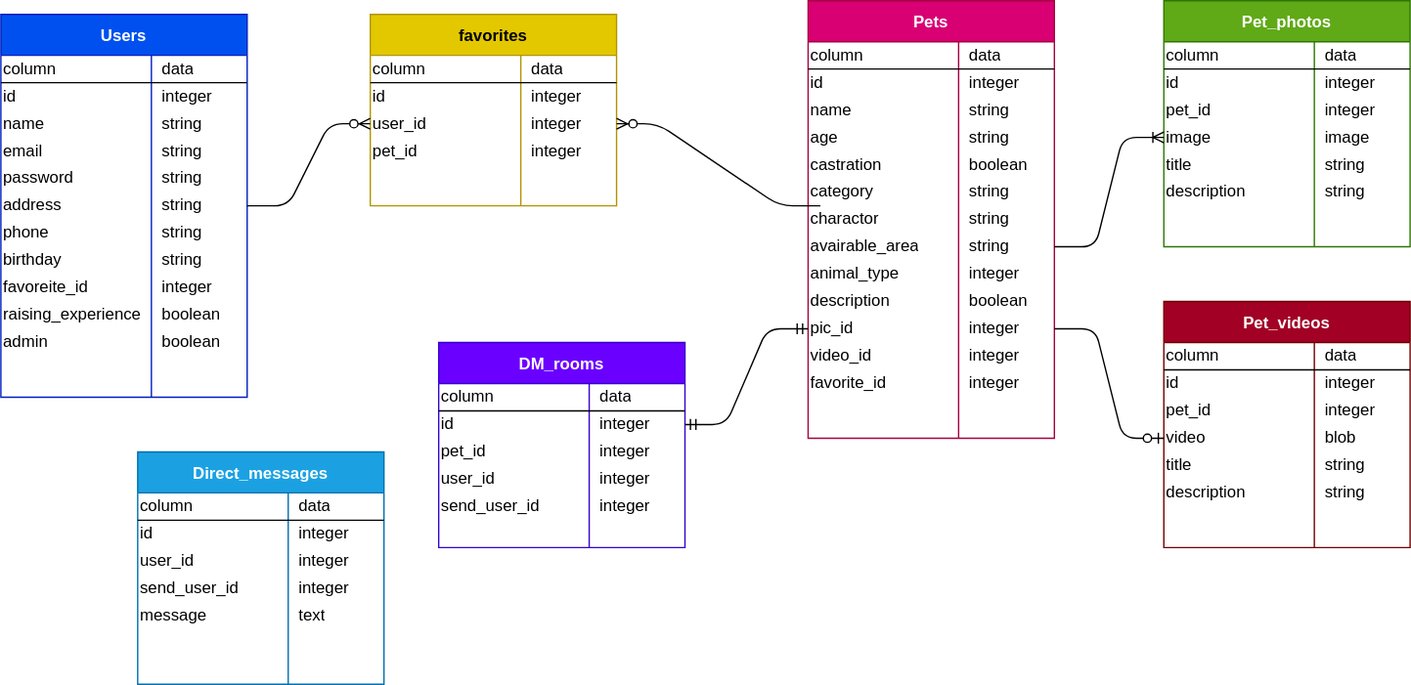
Above: rubyemon.drawio.svg in yosnak13/rubyemon_entity_relationship_diagram (draw.io), before the change. Source tidied: cells renumbered, new cells last; positions are measured from the earlier drawing's top-left corner, leaving out a move shared by most shapes.
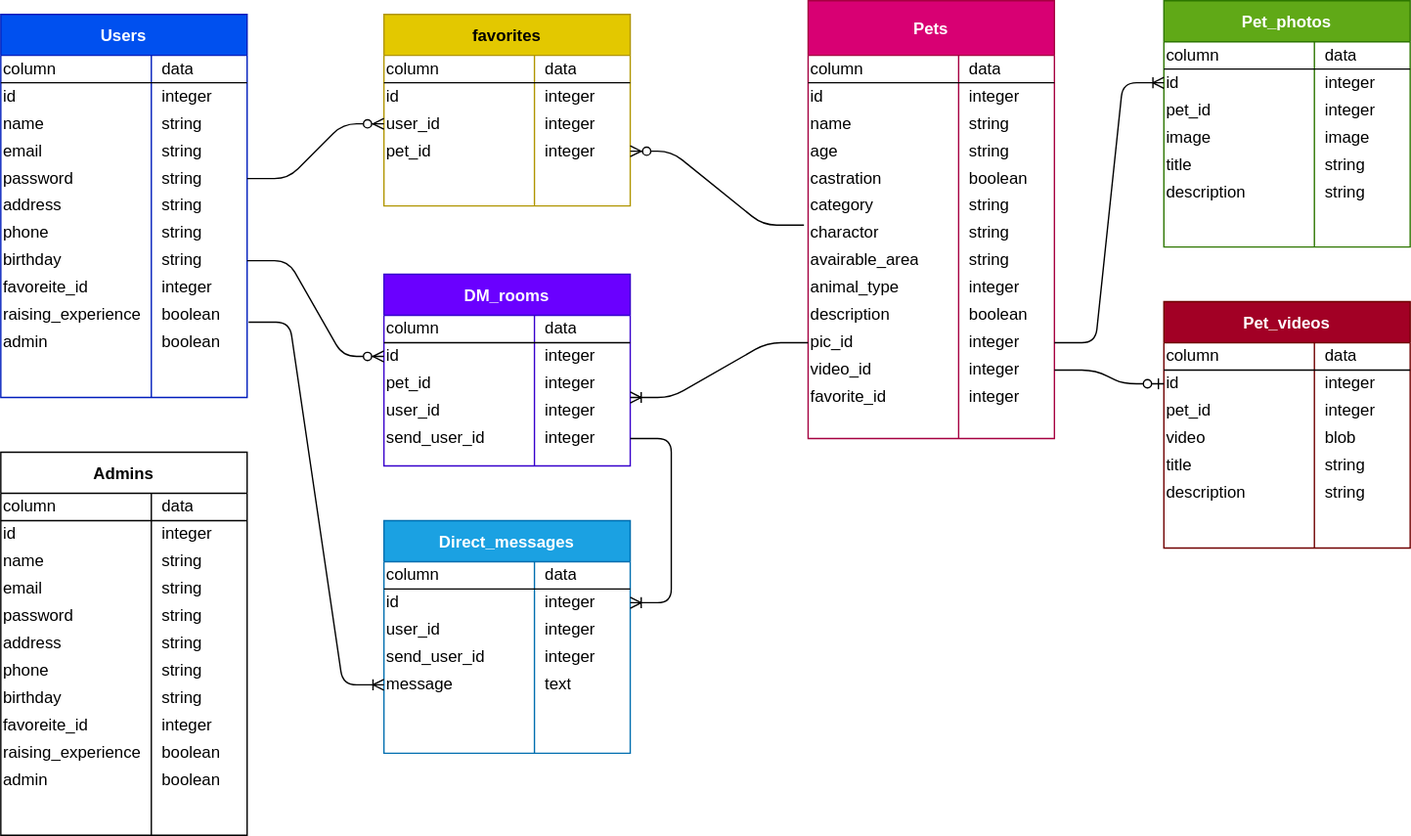
After the commit.

The edit, as a diff of the source:
```diff
@@ -106,3 +106,3 @@
     </mxCell>
-    <mxCell id="36" value="Pets" style="shape=table;startSize=30;rowLines=0;fontStyle=1;align=center;labelBorderColor=none;labelBackgroundColor=none;fillColor=#d80073;strokeColor=#A50040;fontColor=#ffffff;shadow=0;" parent="1" vertex="1">
+    <mxCell id="36" value="Pets" style="shape=table;startSize=40;rowLines=0;fontStyle=1;align=center;labelBorderColor=none;labelBackgroundColor=none;fillColor=#d80073;strokeColor=#A50040;fontColor=#ffffff;shadow=0;" parent="1" vertex="1">
       <mxGeometry x="590" width="180" height="320" as="geometry" />
@@ -110,3 +110,3 @@
     <mxCell id="37" style="shape=partialRectangle;html=1;whiteSpace=wrap;fillColor=none;top=0;left=0;bottom=1;right=0;" parent="36" vertex="1">
-      <mxGeometry y="30" width="180" height="20" as="geometry" />
+      <mxGeometry y="40" width="180" height="20" as="geometry" />
     </mxCell>
@@ -119,3 +119,3 @@
     <mxCell id="40" style="shape=partialRectangle;html=1;whiteSpace=wrap;fillColor=none;top=0;left=0;bottom=0;right=0;" parent="36" vertex="1">
-      <mxGeometry y="50" width="180" height="20" as="geometry" />
+      <mxGeometry y="60" width="180" height="20" as="geometry" />
     </mxCell>
@@ -128,3 +128,3 @@
     <mxCell id="43" style="shape=partialRectangle;html=1;whiteSpace=wrap;fillColor=none;top=0;left=0;bottom=0;right=0;" parent="36" vertex="1">
-      <mxGeometry y="70" width="180" height="20" as="geometry" />
+      <mxGeometry y="80" width="180" height="20" as="geometry" />
     </mxCell>
@@ -137,3 +137,3 @@
     <mxCell id="46" style="shape=partialRectangle;html=1;whiteSpace=wrap;fillColor=none;top=0;left=0;bottom=0;right=0;" parent="36" vertex="1">
-      <mxGeometry y="90" width="180" height="20" as="geometry" />
+      <mxGeometry y="100" width="180" height="20" as="geometry" />
     </mxCell>
@@ -146,3 +146,3 @@
     <mxCell id="49" style="shape=partialRectangle;html=1;whiteSpace=wrap;fillColor=none;top=0;left=0;bottom=0;right=0;" parent="36" vertex="1">
-      <mxGeometry y="110" width="180" height="20" as="geometry" />
+      <mxGeometry y="120" width="180" height="20" as="geometry" />
     </mxCell>
@@ -155,3 +155,3 @@
     <mxCell id="52" style="shape=partialRectangle;html=1;whiteSpace=wrap;fillColor=none;top=0;left=0;bottom=0;right=0;points=[[0,0.5],[1,0.5]];portConstraint=eastwest;" parent="36" vertex="1">
-      <mxGeometry y="130" width="180" height="20" as="geometry" />
+      <mxGeometry y="140" width="180" height="20" as="geometry" />
     </mxCell>
@@ -164,3 +164,3 @@
     <mxCell id="55" style="shape=partialRectangle;html=1;whiteSpace=wrap;fillColor=none;top=0;left=0;bottom=0;right=0;points=[[0,0.5],[1,0.5]];portConstraint=eastwest;" parent="36" vertex="1">
-      <mxGeometry y="150" width="180" height="20" as="geometry" />
+      <mxGeometry y="160" width="180" height="20" as="geometry" />
     </mxCell>
@@ -173,3 +173,3 @@
     <mxCell id="58" style="shape=partialRectangle;html=1;whiteSpace=wrap;fillColor=none;top=0;left=0;bottom=0;right=0;points=[[0,0.5],[1,0.5]];portConstraint=eastwest;" parent="36" vertex="1">
-      <mxGeometry y="170" width="180" height="20" as="geometry" />
+      <mxGeometry y="180" width="180" height="20" as="geometry" />
     </mxCell>
@@ -182,3 +182,3 @@
     <mxCell id="61" style="shape=partialRectangle;html=1;whiteSpace=wrap;fillColor=none;top=0;left=0;bottom=0;right=0;" parent="36" vertex="1">
-      <mxGeometry y="190" width="180" height="20" as="geometry" />
+      <mxGeometry y="200" width="180" height="20" as="geometry" />
     </mxCell>
@@ -191,3 +191,3 @@
     <mxCell id="64" style="shape=partialRectangle;html=1;whiteSpace=wrap;fillColor=none;top=0;left=0;bottom=0;right=0;" parent="36" vertex="1">
-      <mxGeometry y="210" width="180" height="20" as="geometry" />
+      <mxGeometry y="220" width="180" height="20" as="geometry" />
     </mxCell>
@@ -200,3 +200,3 @@
     <mxCell id="67" style="shape=partialRectangle;html=1;whiteSpace=wrap;fillColor=none;top=0;left=0;bottom=0;right=0;points=[[0,0.5],[1,0.5]];portConstraint=eastwest;" parent="36" vertex="1">
-      <mxGeometry y="230" width="180" height="20" as="geometry" />
+      <mxGeometry y="240" width="180" height="20" as="geometry" />
     </mxCell>
@@ -209,3 +209,3 @@
     <mxCell id="70" style="shape=partialRectangle;html=1;whiteSpace=wrap;fillColor=none;top=0;left=0;bottom=0;right=0;points=[[0,0.5],[1,0.5]];portConstraint=eastwest;" parent="36" vertex="1">
-      <mxGeometry y="250" width="180" height="20" as="geometry" />
+      <mxGeometry y="260" width="180" height="20" as="geometry" />
     </mxCell>
@@ -218,3 +218,3 @@
     <mxCell id="73" style="shape=partialRectangle;html=1;whiteSpace=wrap;fillColor=none;top=0;left=0;bottom=0;right=0;" parent="36" vertex="1">
-      <mxGeometry y="270" width="180" height="20" as="geometry" />
+      <mxGeometry y="280" width="180" height="20" as="geometry" />
     </mxCell>
@@ -227,3 +227,3 @@
     <mxCell id="76" value="favorites" style="shape=table;startSize=30;rowLines=0;fontStyle=1;align=center;labelBorderColor=none;labelBackgroundColor=none;fillColor=#e3c800;strokeColor=#B09500;fontColor=#000000;" parent="1" vertex="1">
-      <mxGeometry x="270" y="10" width="180" height="140" as="geometry" />
+      <mxGeometry x="280" y="10" width="180" height="140" as="geometry" />
     </mxCell>
@@ -265,6 +265,6 @@
     </mxCell>
-    <mxCell id="89" style="edgeStyle=entityRelationEdgeStyle;fontSize=12;html=1;endArrow=ERzeroToMany;endFill=1;exitX=1;exitY=0.5;exitDx=0;exitDy=0;entryX=0;entryY=0.5;entryDx=0;entryDy=0;" parent="1" edge="1" source="18" target="83">
+    <mxCell id="89" style="edgeStyle=entityRelationEdgeStyle;fontSize=12;html=1;endArrow=ERzeroToMany;endFill=1;entryX=0;entryY=0.5;entryDx=0;entryDy=0;" parent="1" edge="1" source="15" target="83">
       <mxGeometry relative="1" as="geometry" />
     </mxCell>
-    <mxCell id="90" style="edgeStyle=entityRelationEdgeStyle;fontSize=12;html=1;endArrow=ERzeroToMany;endFill=1;entryX=1;entryY=0.5;entryDx=0;entryDy=0;exitX=0.05;exitY=1;exitDx=0;exitDy=0;exitPerimeter=0;" parent="1" edge="1" source="52" target="83">
+    <mxCell id="90" style="edgeStyle=entityRelationEdgeStyle;fontSize=12;html=1;endArrow=ERzeroToMany;endFill=1;entryX=1;entryY=0.5;entryDx=0;entryDy=0;exitX=-0.017;exitY=0.2;exitDx=0;exitDy=0;exitPerimeter=0;" parent="1" edge="1" source="55" target="86">
       <mxGeometry relative="1" as="geometry" />
@@ -328,3 +328,3 @@
     </mxCell>
-    <mxCell id="110" style="edgeStyle=entityRelationEdgeStyle;fontSize=12;html=1;endArrow=ERoneToMany;exitX=1;exitY=0.5;exitDx=0;exitDy=0;entryX=0;entryY=0.5;entryDx=0;entryDy=0;" parent="1" edge="1" source="58" target="101">
+    <mxCell id="110" style="edgeStyle=entityRelationEdgeStyle;fontSize=12;html=1;endArrow=ERoneToMany;entryX=0;entryY=0.5;entryDx=0;entryDy=0;" parent="1" edge="1" source="67" target="95">
       <mxGeometry relative="1" as="geometry" />
@@ -388,3 +388,3 @@
     </mxCell>
-    <mxCell id="130" style="edgeStyle=entityRelationEdgeStyle;fontSize=12;html=1;endArrow=ERzeroToOne;endFill=1;" parent="1" edge="1" source="67" target="121">
+    <mxCell id="130" style="edgeStyle=entityRelationEdgeStyle;fontSize=12;html=1;endArrow=ERzeroToOne;endFill=1;entryX=0;entryY=0.5;entryDx=0;entryDy=0;" parent="1" edge="1" source="70" target="115">
       <mxGeometry relative="1" as="geometry" />
@@ -392,3 +392,3 @@
     <mxCell id="131" value="Direct_messages" style="shape=table;startSize=30;rowLines=0;fontStyle=1;align=center;labelBorderColor=none;labelBackgroundColor=none;fillColor=#1ba1e2;strokeColor=#006EAF;fontColor=#ffffff;" parent="1" vertex="1">
-      <mxGeometry x="100" y="330" width="180" height="170" as="geometry" />
+      <mxGeometry x="280" y="380" width="180" height="170" as="geometry" />
     </mxCell>
@@ -449,3 +449,3 @@
     <mxCell id="150" value="DM_rooms" style="shape=table;startSize=30;rowLines=0;fontStyle=1;align=center;labelBorderColor=none;labelBackgroundColor=none;fillColor=#6a00ff;strokeColor=#3700CC;fontColor=#ffffff;" parent="1" vertex="1">
-      <mxGeometry x="320" y="250" width="180" height="150" as="geometry" />
+      <mxGeometry x="280" y="200" width="180" height="140" as="geometry" />
     </mxCell>
@@ -496,5 +496,116 @@
     </mxCell>
-    <mxCell id="166" style="edgeStyle=entityRelationEdgeStyle;fontSize=12;html=1;endArrow=ERmandOne;startArrow=ERmandOne;entryX=0;entryY=0.5;entryDx=0;entryDy=0;exitX=1;exitY=0.5;exitDx=0;exitDy=0;" parent="1" edge="1" source="154" target="67">
-      <mxGeometry relative="1" as="geometry" />
-    </mxCell>
+    <mxCell id="167" style="edgeStyle=entityRelationEdgeStyle;fontSize=12;html=1;endArrow=ERzeroToMany;endFill=1;entryX=0;entryY=0.5;entryDx=0;entryDy=0;entryPerimeter=0;exitX=1;exitY=0.5;exitDx=0;exitDy=0;" parent="1" edge="1" source="24" target="154">
+      <mxGeometry relative="1" as="geometry" />
+    </mxCell>
+    <mxCell id="168" style="edgeStyle=entityRelationEdgeStyle;fontSize=12;html=1;endArrow=ERoneToMany;entryX=1;entryY=0;entryDx=0;entryDy=0;entryPerimeter=0;" parent="1" edge="1" source="67" target="160">
+      <mxGeometry relative="1" as="geometry" />
+    </mxCell>
+    <mxCell id="169" style="edgeStyle=entityRelationEdgeStyle;fontSize=12;html=1;endArrow=ERoneToMany;exitX=1;exitY=0.5;exitDx=0;exitDy=0;" parent="1" edge="1" source="163" target="135">
+      <mxGeometry relative="1" as="geometry" />
+    </mxCell>
+    <mxCell id="170" style="edgeStyle=entityRelationEdgeStyle;fontSize=12;html=1;endArrow=ERoneToMany;exitX=1.006;exitY=-0.25;exitDx=0;exitDy=0;exitPerimeter=0;" parent="1" edge="1" source="33" target="144">
+      <mxGeometry relative="1" as="geometry" />
+    </mxCell>
+    <mxCell id="171" value="Admins" style="shape=table;startSize=30;rowLines=0;fontStyle=1;align=center;labelBorderColor=none;labelBackgroundColor=none;" parent="1" vertex="1">
+      <mxGeometry y="330" width="180" height="280" as="geometry" />
+    </mxCell>
+    <mxCell id="172" style="shape=partialRectangle;html=1;whiteSpace=wrap;fillColor=none;top=0;left=0;bottom=1;right=0;" parent="171" vertex="1">
+      <mxGeometry y="30" width="180" height="20" as="geometry" />
+    </mxCell>
+    <mxCell id="173" value="column" style="shape=partialRectangle;html=1;whiteSpace=wrap;fillColor=none;top=0;left=0;bottom=0;right=0;overflow=hidden;align=left;" parent="172" vertex="1">
+      <mxGeometry width="110" height="20" as="geometry" />
+    </mxCell>
+    <mxCell id="174" value="data" style="shape=partialRectangle;html=1;whiteSpace=wrap;fillColor=none;top=0;left=0;bottom=0;right=0;align=left;spacingLeft=6;overflow=hidden;" parent="172" vertex="1">
+      <mxGeometry x="110" width="70" height="20" as="geometry" />
+    </mxCell>
+    <mxCell id="175" style="shape=partialRectangle;html=1;whiteSpace=wrap;fillColor=none;top=0;left=0;bottom=0;right=0;" parent="171" vertex="1">
+      <mxGeometry y="50" width="180" height="20" as="geometry" />
+    </mxCell>
+    <mxCell id="176" value="id" style="shape=partialRectangle;html=1;whiteSpace=wrap;fillColor=none;top=0;left=0;bottom=0;right=0;overflow=hidden;align=left;" parent="175" vertex="1">
+      <mxGeometry width="110" height="20" as="geometry" />
+    </mxCell>
+    <mxCell id="177" value="integer" style="shape=partialRectangle;html=1;whiteSpace=wrap;fillColor=none;top=0;left=0;bottom=0;right=0;align=left;spacingLeft=6;overflow=hidden;" parent="175" vertex="1">
+      <mxGeometry x="110" width="70" height="20" as="geometry" />
+    </mxCell>
+    <mxCell id="178" style="shape=partialRectangle;html=1;whiteSpace=wrap;fillColor=none;top=0;left=0;bottom=0;right=0;" parent="171" vertex="1">
+      <mxGeometry y="70" width="180" height="20" as="geometry" />
+    </mxCell>
+    <mxCell id="179" value="name" style="shape=partialRectangle;html=1;whiteSpace=wrap;fillColor=none;top=0;left=0;bottom=0;right=0;overflow=hidden;align=left;" parent="178" vertex="1">
+      <mxGeometry width="110" height="20" as="geometry" />
+    </mxCell>
+    <mxCell id="180" value="string" style="shape=partialRectangle;html=1;whiteSpace=wrap;fillColor=none;top=0;left=0;bottom=0;right=0;align=left;spacingLeft=6;overflow=hidden;" parent="178" vertex="1">
+      <mxGeometry x="110" width="70" height="20" as="geometry" />
+    </mxCell>
+    <mxCell id="181" style="shape=partialRectangle;html=1;whiteSpace=wrap;fillColor=none;top=0;left=0;bottom=0;right=0;" parent="171" vertex="1">
+      <mxGeometry y="90" width="180" height="20" as="geometry" />
+    </mxCell>
+    <mxCell id="182" value="email" style="shape=partialRectangle;html=1;whiteSpace=wrap;fillColor=none;top=0;left=0;bottom=0;right=0;overflow=hidden;align=left;" parent="181" vertex="1">
+      <mxGeometry width="110" height="20" as="geometry" />
+    </mxCell>
+    <mxCell id="183" value="string" style="shape=partialRectangle;html=1;whiteSpace=wrap;fillColor=none;top=0;left=0;bottom=0;right=0;align=left;spacingLeft=6;overflow=hidden;" parent="181" vertex="1">
+      <mxGeometry x="110" width="70" height="20" as="geometry" />
+    </mxCell>
+    <mxCell id="184" style="shape=partialRectangle;html=1;whiteSpace=wrap;fillColor=none;top=0;left=0;bottom=0;right=0;" parent="171" vertex="1">
+      <mxGeometry y="110" width="180" height="20" as="geometry" />
+    </mxCell>
+    <mxCell id="185" value="password" style="shape=partialRectangle;html=1;whiteSpace=wrap;fillColor=none;top=0;left=0;bottom=0;right=0;overflow=hidden;align=left;" parent="184" vertex="1">
+      <mxGeometry width="110" height="20" as="geometry" />
+    </mxCell>
+    <mxCell id="186" value="string" style="shape=partialRectangle;html=1;whiteSpace=wrap;fillColor=none;top=0;left=0;bottom=0;right=0;align=left;spacingLeft=6;overflow=hidden;" parent="184" vertex="1">
+      <mxGeometry x="110" width="70" height="20" as="geometry" />
+    </mxCell>
+    <mxCell id="187" style="shape=partialRectangle;html=1;whiteSpace=wrap;fillColor=none;top=0;left=0;bottom=0;right=0;" parent="171" vertex="1">
+      <mxGeometry y="130" width="180" height="20" as="geometry" />
+    </mxCell>
+    <mxCell id="188" value="address" style="shape=partialRectangle;html=1;whiteSpace=wrap;fillColor=none;top=0;left=0;bottom=0;right=0;overflow=hidden;align=left;" parent="187" vertex="1">
+      <mxGeometry width="110" height="20" as="geometry" />
+    </mxCell>
+    <mxCell id="189" value="string" style="shape=partialRectangle;html=1;whiteSpace=wrap;fillColor=none;top=0;left=0;bottom=0;right=0;align=left;spacingLeft=6;overflow=hidden;" parent="187" vertex="1">
+      <mxGeometry x="110" width="70" height="20" as="geometry" />
+    </mxCell>
+    <mxCell id="190" style="shape=partialRectangle;html=1;whiteSpace=wrap;fillColor=none;top=0;left=0;bottom=0;right=0;" parent="171" vertex="1">
+      <mxGeometry y="150" width="180" height="20" as="geometry" />
+    </mxCell>
+    <mxCell id="191" value="phone" style="shape=partialRectangle;html=1;whiteSpace=wrap;fillColor=none;top=0;left=0;bottom=0;right=0;overflow=hidden;align=left;" parent="190" vertex="1">
+      <mxGeometry width="110" height="20" as="geometry" />
+    </mxCell>
+    <mxCell id="192" value="string" style="shape=partialRectangle;html=1;whiteSpace=wrap;fillColor=none;top=0;left=0;bottom=0;right=0;align=left;spacingLeft=6;overflow=hidden;" parent="190" vertex="1">
+      <mxGeometry x="110" width="70" height="20" as="geometry" />
+    </mxCell>
+    <mxCell id="193" style="shape=partialRectangle;html=1;whiteSpace=wrap;fillColor=none;top=0;left=0;bottom=0;right=0;" parent="171" vertex="1">
+      <mxGeometry y="170" width="180" height="20" as="geometry" />
+    </mxCell>
+    <mxCell id="194" value="birthday" style="shape=partialRectangle;html=1;whiteSpace=wrap;fillColor=none;top=0;left=0;bottom=0;right=0;overflow=hidden;align=left;" parent="193" vertex="1">
+      <mxGeometry width="110" height="20" as="geometry" />
+    </mxCell>
+    <mxCell id="195" value="string" style="shape=partialRectangle;html=1;whiteSpace=wrap;fillColor=none;top=0;left=0;bottom=0;right=0;align=left;spacingLeft=6;overflow=hidden;" parent="193" vertex="1">
+      <mxGeometry x="110" width="70" height="20" as="geometry" />
+    </mxCell>
+    <mxCell id="196" style="shape=partialRectangle;html=1;whiteSpace=wrap;fillColor=none;top=0;left=0;bottom=0;right=0;" parent="171" vertex="1">
+      <mxGeometry y="190" width="180" height="20" as="geometry" />
+    </mxCell>
+    <mxCell id="197" value="favoreite_id" style="shape=partialRectangle;html=1;whiteSpace=wrap;fillColor=none;top=0;left=0;bottom=0;right=0;overflow=hidden;align=left;" parent="196" vertex="1">
+      <mxGeometry width="110" height="20" as="geometry" />
+    </mxCell>
+    <mxCell id="198" value="integer" style="shape=partialRectangle;html=1;whiteSpace=wrap;fillColor=none;top=0;left=0;bottom=0;right=0;align=left;spacingLeft=6;overflow=hidden;" parent="196" vertex="1">
+      <mxGeometry x="110" width="70" height="20" as="geometry" />
+    </mxCell>
+    <mxCell id="199" style="shape=partialRectangle;html=1;whiteSpace=wrap;fillColor=none;top=0;left=0;bottom=0;right=0;" parent="171" vertex="1">
+      <mxGeometry y="210" width="180" height="20" as="geometry" />
+    </mxCell>
+    <mxCell id="200" value="raising_experience" style="shape=partialRectangle;html=1;whiteSpace=wrap;fillColor=none;top=0;left=0;bottom=0;right=0;overflow=hidden;align=left;" parent="199" vertex="1">
+      <mxGeometry width="110" height="20" as="geometry" />
+    </mxCell>
+    <mxCell id="201" value="boolean" style="shape=partialRectangle;html=1;whiteSpace=wrap;fillColor=none;top=0;left=0;bottom=0;right=0;align=left;spacingLeft=6;overflow=hidden;" parent="199" vertex="1">
+      <mxGeometry x="110" width="70" height="20" as="geometry" />
+    </mxCell>
+    <mxCell id="202" style="shape=partialRectangle;html=1;whiteSpace=wrap;fillColor=none;top=0;left=0;bottom=0;right=0;" parent="171" vertex="1">
+      <mxGeometry y="230" width="180" height="20" as="geometry" />
+    </mxCell>
+    <mxCell id="203" value="admin" style="shape=partialRectangle;html=1;whiteSpace=wrap;fillColor=none;top=0;left=0;bottom=0;right=0;overflow=hidden;align=left;" parent="202" vertex="1">
+      <mxGeometry width="110" height="20" as="geometry" />
+    </mxCell>
+    <mxCell id="204" value="boolean" style="shape=partialRectangle;html=1;whiteSpace=wrap;fillColor=none;top=0;left=0;bottom=0;right=0;align=left;spacingLeft=6;overflow=hidden;" parent="202" vertex="1">
+      <mxGeometry x="110" width="70" height="20" as="geometry" />
+    </mxCell>
   </root>
```
